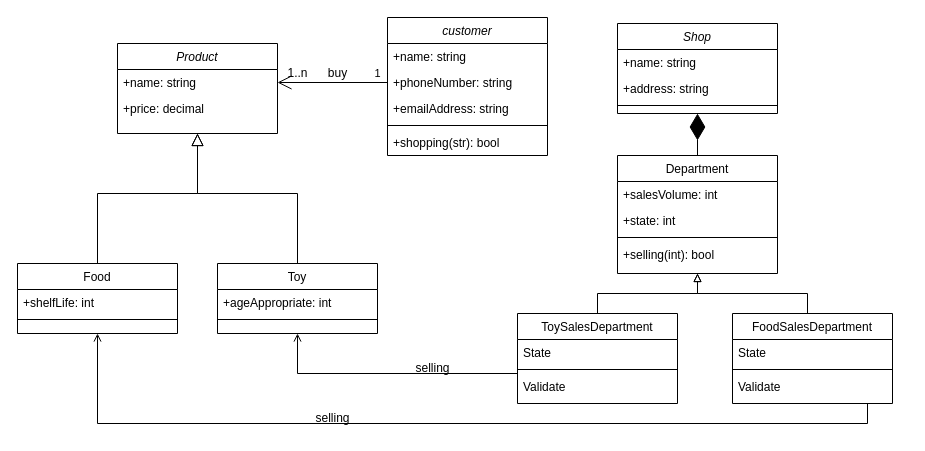
The draw.io diagram MADOIS-laboratory-work1.drawio in caopei120/MADOIS, before the edit. Source tidied: cells renumbered, new cells numbered last; positions are measured from the earlier drawing's top-left corner, leaving out a move shared by most shapes. Both pictures are drawn from the tidied source at 100%, with x=0, y=0 at pixel (17, 17).
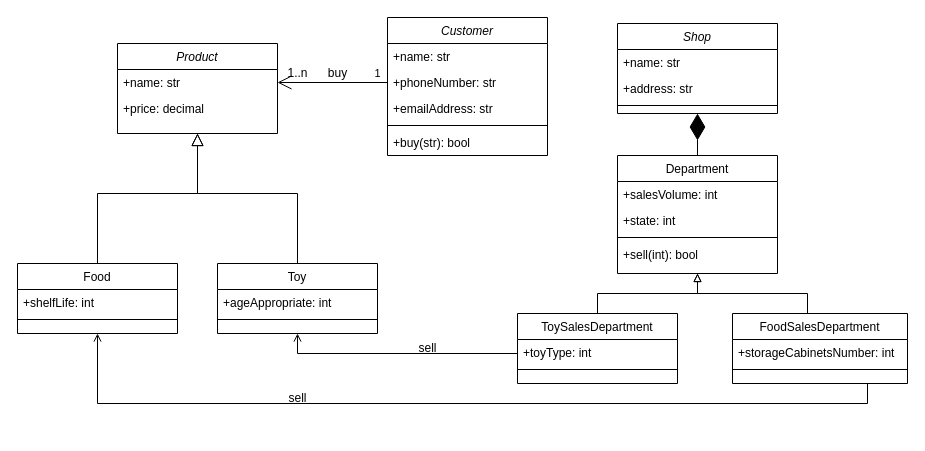
The same diagram, later.

The change refers to these unchanged cells:
```xml
<mxCell id="2" value="Product" style="swimlane;fontStyle=2;align=center;verticalAlign=top;horizontal=1;startSize=26;rounded=0;shadow=0;strokeWidth=1;" parent="1" vertex="1">
  <mxGeometry x="100" y="26" width="160" height="90" as="geometry" />
</mxCell>
<mxCell id="5" value="Food" style="swimlane;fontStyle=0;align=center;verticalAlign=top;horizontal=1;startSize=26;rounded=0;shadow=0;strokeWidth=1;" parent="1" vertex="1">
  <mxGeometry y="246" width="160" height="70" as="geometry" />
</mxCell>
<mxCell id="9" value="Toy" style="swimlane;fontStyle=0;align=center;verticalAlign=top;horizontal=1;startSize=26;rounded=0;shadow=0;strokeWidth=1;" parent="1" vertex="1">
  <mxGeometry x="200" y="246" width="160" height="70" as="geometry" />
</mxCell>
<mxCell id="13" value="Shop" style="swimlane;fontStyle=2;align=center;verticalAlign=top;horizontal=1;startSize=26;rounded=0;shadow=0;strokeWidth=1;" parent="1" vertex="1">
  <mxGeometry x="600" y="6" width="160" height="90" as="geometry" />
</mxCell>
<mxCell id="34" value="Department" style="swimlane;fontStyle=0;align=center;verticalAlign=top;horizontal=1;startSize=26;rounded=0;shadow=0;strokeWidth=1;" parent="1" vertex="1">
  <mxGeometry x="600" y="138" width="160" height="118" as="geometry" />
</mxCell>
```

The edit, as a diff of the source:
```diff
@@
-    <mxCell id="3" value="+name: string" style="text;align=left;verticalAlign=top;spacingLeft=4;spacingRight=4;overflow=hidden;points=[[0,0.5],[1,0.5]];portConstraint=eastwest;" parent="2" vertex="1">
+    <mxCell id="3" value="+name: str" style="text;align=left;verticalAlign=top;spacingLeft=4;spacingRight=4;overflow=hidden;points=[[0,0.5],[1,0.5]];portConstraint=eastwest;" parent="2" vertex="1">
       <mxGeometry y="26" width="160" height="26" as="geometry" />
     </mxCell>
@@
-    <mxCell id="14" value="+name: string" style="text;align=left;verticalAlign=top;spacingLeft=4;spacingRight=4;overflow=hidden;" parent="13" vertex="1">
+    <mxCell id="14" value="+name: str" style="text;align=left;verticalAlign=top;spacingLeft=4;spacingRight=4;overflow=hidden;" parent="13" vertex="1">
       <mxGeometry y="26" width="160" height="26" as="geometry" />
     </mxCell>
-    <mxCell id="15" value="+address: string" style="text;align=left;verticalAlign=top;spacingLeft=4;spacingRight=4;overflow=hidden;rounded=0;shadow=0;html=0;" parent="13" vertex="1">
+    <mxCell id="15" value="+address: str" style="text;align=left;verticalAlign=top;spacingLeft=4;spacingRight=4;overflow=hidden;rounded=0;shadow=0;html=0;" parent="13" vertex="1">
       <mxGeometry y="52" width="160" height="26" as="geometry" />
     </mxCell>
@@
-    <mxCell id="17" value="customer" style="swimlane;fontStyle=2;align=center;verticalAlign=top;horizontal=1;startSize=26;rounded=0;shadow=0;strokeWidth=1;" parent="1" vertex="1">
+    <mxCell id="17" value="Customer" style="swimlane;fontStyle=2;align=center;verticalAlign=top;horizontal=1;startSize=26;rounded=0;shadow=0;strokeWidth=1;" parent="1" vertex="1">
       <mxGeometry x="370" width="160" height="138" as="geometry" />
     </mxCell>
-    <mxCell id="18" value="+name: string" style="text;align=left;verticalAlign=top;spacingLeft=4;spacingRight=4;overflow=hidden;" parent="17" vertex="1">
+    <mxCell id="18" value="+name: str" style="text;align=left;verticalAlign=top;spacingLeft=4;spacingRight=4;overflow=hidden;" parent="17" vertex="1">
       <mxGeometry y="26" width="160" height="26" as="geometry" />
     </mxCell>
-    <mxCell id="19" value="+phoneNumber: string&#10;" style="text;align=left;verticalAlign=top;spacingLeft=4;spacingRight=4;overflow=hidden;points=[[0,0.5],[1,0.5]];portConstraint=eastwest;rounded=0;shadow=0;html=0;" parent="17" vertex="1">
+    <mxCell id="19" value="+phoneNumber: str" style="text;align=left;verticalAlign=top;spacingLeft=4;spacingRight=4;overflow=hidden;points=[[0,0.5],[1,0.5]];portConstraint=eastwest;rounded=0;shadow=0;html=0;" parent="17" vertex="1">
       <mxGeometry y="52" width="160" height="26" as="geometry" />
     </mxCell>
-    <mxCell id="20" value="+emailAddress: string" style="text;align=left;verticalAlign=top;spacingLeft=4;spacingRight=4;overflow=hidden;rounded=0;shadow=0;html=0;" parent="17" vertex="1">
+    <mxCell id="20" value="+emailAddress: str" style="text;align=left;verticalAlign=top;spacingLeft=4;spacingRight=4;overflow=hidden;rounded=0;shadow=0;html=0;" parent="17" vertex="1">
       <mxGeometry y="78" width="160" height="26" as="geometry" />
     </mxCell>
@@
-    <mxCell id="22" value="+shopping(str): bool" style="text;align=left;verticalAlign=top;spacingLeft=4;spacingRight=4;overflow=hidden;" parent="17" vertex="1">
+    <mxCell id="22" value="+buy(str): bool" style="text;align=left;verticalAlign=top;spacingLeft=4;spacingRight=4;overflow=hidden;" parent="17" vertex="1">
       <mxGeometry y="112" width="160" height="26" as="geometry" />
     </mxCell>
@@
     <mxCell id="24" value="ToySalesDepartment" style="swimlane;fontStyle=0;align=center;verticalAlign=top;horizontal=1;startSize=26;rounded=0;shadow=0;strokeWidth=1;" parent="1" vertex="1">
-      <mxGeometry x="500" y="296" width="160" height="90" as="geometry" />
+      <mxGeometry x="500" y="296" width="160" height="70" as="geometry" />
     </mxCell>
-    <mxCell id="25" value="State" style="text;align=left;verticalAlign=top;spacingLeft=4;spacingRight=4;overflow=hidden;rounded=0;shadow=0;html=0;" parent="24" vertex="1">
+    <mxCell id="25" value="+toyType: int" style="text;align=left;verticalAlign=top;spacingLeft=4;spacingRight=4;overflow=hidden;rounded=0;shadow=0;html=0;" parent="24" vertex="1">
       <mxGeometry y="26" width="160" height="26" as="geometry" />
     </mxCell>
@@
-    <mxCell id="27" value="Validate" style="text;align=left;verticalAlign=top;spacingLeft=4;spacingRight=4;overflow=hidden;" parent="24" vertex="1">
-      <mxGeometry y="60" width="160" height="26" as="geometry" />
-    </mxCell>
     <mxCell id="28" style="edgeStyle=orthogonalEdgeStyle;rounded=0;jettySize=auto;html=1;entryX=0.5;entryY=1;entryDx=0;entryDy=0;endArrow=open;endFill=0;" parent="1" edge="1" source="30" target="5">
       <mxGeometry relative="1" as="geometry">
         <Array as="points">
-          <mxPoint x="850" y="406" />
-          <mxPoint x="80" y="406" />
+          <mxPoint x="850" y="386" />
+          <mxPoint x="80" y="386" />
         </Array>
       </mxGeometry>
     </mxCell>
@@
     <mxCell id="30" value="FoodSalesDepartment" style="swimlane;fontStyle=0;align=center;verticalAlign=top;horizontal=1;startSize=26;rounded=0;shadow=0;strokeWidth=1;" parent="1" vertex="1">
-      <mxGeometry x="715" y="296" width="160" height="90" as="geometry" />
+      <mxGeometry x="715" y="296" width="175" height="70" as="geometry" />
     </mxCell>
-    <mxCell id="31" value="State" style="text;align=left;verticalAlign=top;spacingLeft=4;spacingRight=4;overflow=hidden;rounded=0;shadow=0;html=0;" parent="30" vertex="1">
-      <mxGeometry y="26" width="160" height="26" as="geometry" />
+    <mxCell id="31" value="+storageCabinetsNumber: int" style="text;align=left;verticalAlign=top;spacingLeft=4;spacingRight=4;overflow=hidden;rounded=0;shadow=0;html=0;" parent="30" vertex="1">
+      <mxGeometry y="26" width="175" height="26" as="geometry" />
     </mxCell>
     <mxCell id="32" style="line;html=1;strokeWidth=1;align=left;verticalAlign=middle;spacingTop=-1;spacingLeft=3;spacingRight=3;labelPosition=right;" parent="30" vertex="1">
-      <mxGeometry y="52" width="160" height="8" as="geometry" />
+      <mxGeometry y="52" width="175" height="8" as="geometry" />
     </mxCell>
-    <mxCell id="33" value="Validate" style="text;align=left;verticalAlign=top;spacingLeft=4;spacingRight=4;overflow=hidden;" parent="30" vertex="1">
-      <mxGeometry y="60" width="160" height="26" as="geometry" />
-    </mxCell>
@@
-    <mxCell id="38" value="+selling(int): bool" style="text;align=left;verticalAlign=top;spacingLeft=4;spacingRight=4;overflow=hidden;" parent="34" vertex="1">
+    <mxCell id="38" value="+sell(int): bool" style="text;align=left;verticalAlign=top;spacingLeft=4;spacingRight=4;overflow=hidden;" parent="34" vertex="1">
       <mxGeometry y="86" width="160" height="26" as="geometry" />
     </mxCell>
@@
     <mxCell id="40" style="edgeStyle=orthogonalEdgeStyle;rounded=0;jettySize=auto;html=1;exitX=0;exitY=0.5;exitDx=0;exitDy=0;entryX=0.5;entryY=1;entryDx=0;entryDy=0;endArrow=open;endFill=0;" parent="1" edge="1" target="9">
       <mxGeometry relative="1" as="geometry">
         <mxPoint x="500" y="361" as="sourcePoint" />
         <Array as="points">
-          <mxPoint x="500" y="356" />
-          <mxPoint x="280" y="356" />
+          <mxPoint x="500" y="336" />
+          <mxPoint x="280" y="336" />
         </Array>
       </mxGeometry>
     </mxCell>
-    <mxCell id="41" value="&lt;span style=&quot;text-align: left;&quot;&gt;selling&lt;/span&gt;" style="text;html=1;align=center;verticalAlign=middle;strokeColor=none;fillColor=none;" parent="1" vertex="1">
-      <mxGeometry x="285" y="386" width="60" height="30" as="geometry" />
+    <mxCell id="41" value="&lt;span style=&quot;text-align: left;&quot;&gt;sell&lt;/span&gt;" style="text;html=1;align=center;verticalAlign=middle;strokeColor=none;fillColor=none;" parent="1" vertex="1">
+      <mxGeometry x="260" y="366" width="40" height="30" as="geometry" />
     </mxCell>
-    <mxCell id="42" value="&lt;span style=&quot;text-align: left;&quot;&gt;selling&lt;/span&gt;" style="text;html=1;align=center;verticalAlign=middle;strokeColor=none;fillColor=none;" parent="1" vertex="1">
-      <mxGeometry x="385" y="336" width="60" height="30" as="geometry" />
+    <mxCell id="42" value="&lt;span style=&quot;text-align: left;&quot;&gt;sell&lt;/span&gt;" style="text;html=1;align=center;verticalAlign=middle;strokeColor=none;fillColor=none;" parent="1" vertex="1">
+      <mxGeometry x="390" y="316" width="40" height="30" as="geometry" />
     </mxCell>
```
